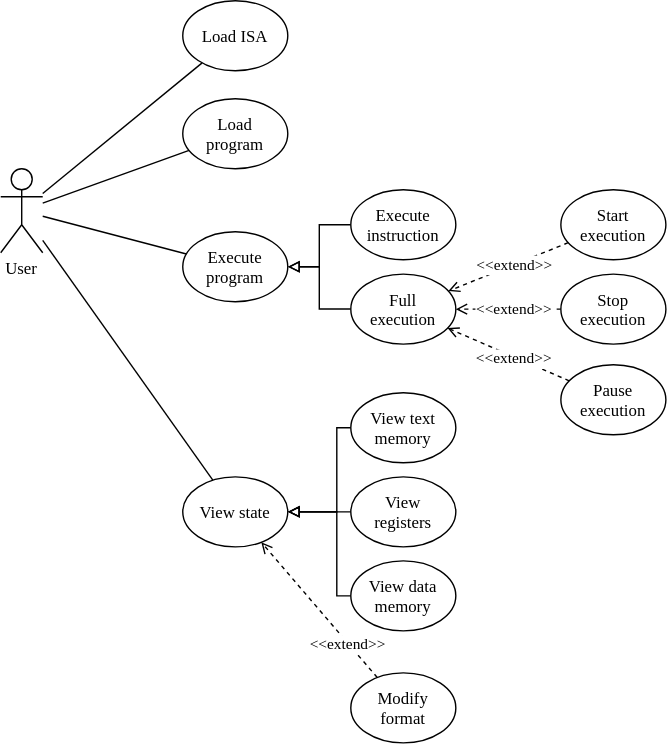
Above: report/img/use_case_model.drawio.svg in ldcas-uc3m/TFG (draw.io), before the change. Source tidied: cells renumbered, new cells last; positions are measured from the earlier drawing's top-left corner, leaving out a move shared by most shapes. Source of this version:
```xml
<mxGraphModel>
  <root>
    <mxCell id="0" />
    <mxCell id="1" parent="0" />
    <mxCell id="2" style="rounded=0;jettySize=auto;endArrow=none;endFill=0;fontFamily=Times New Roman;spacing=0;" parent="1" edge="1" source="6" target="9">
      <mxGeometry relative="1" as="geometry" />
    </mxCell>
    <mxCell id="3" style="rounded=0;jettySize=auto;endArrow=none;endFill=0;fontFamily=Times New Roman;spacing=0;" parent="1" edge="1" source="6" target="23">
      <mxGeometry relative="1" as="geometry" />
    </mxCell>
    <mxCell id="4" style="rounded=0;jettySize=auto;html=1;endArrow=none;endFill=0;" parent="1" edge="1" source="6" target="7">
      <mxGeometry relative="1" as="geometry" />
    </mxCell>
    <mxCell id="5" style="rounded=0;jettySize=auto;html=1;endArrow=none;endFill=0;" parent="1" edge="1" source="6" target="8">
      <mxGeometry relative="1" as="geometry" />
    </mxCell>
    <mxCell id="6" value="User" style="shape=umlActor;verticalLabelPosition=bottom;verticalAlign=top;outlineConnect=0;fontFamily=Times New Roman;spacing=0;" parent="1" vertex="1">
      <mxGeometry y="120" width="30" height="60" as="geometry" />
    </mxCell>
    <mxCell id="7" value="Load ISA" style="ellipse;fontFamily=Times New Roman;spacing=0;" parent="1" vertex="1">
      <mxGeometry x="130" width="75" height="50" as="geometry" />
    </mxCell>
    <mxCell id="8" value="Load&#10;program" style="ellipse;fontFamily=Times New Roman;spacing=0;" parent="1" vertex="1">
      <mxGeometry x="130" y="70" width="75" height="50" as="geometry" />
    </mxCell>
    <mxCell id="9" value="Execute&#10;program" style="ellipse;fontFamily=Times New Roman;spacing=0;" parent="1" vertex="1">
      <mxGeometry x="130" y="165" width="75" height="50" as="geometry" />
    </mxCell>
    <mxCell id="10" style="edgeStyle=orthogonalEdgeStyle;rounded=0;jettySize=auto;endArrow=block;endFill=0;fontFamily=Times New Roman;spacing=0;" parent="1" edge="1" source="11" target="9">
      <mxGeometry relative="1" as="geometry" />
    </mxCell>
    <mxCell id="11" value="Execute&#10;instruction" style="ellipse;fontFamily=Times New Roman;spacing=0;" parent="1" vertex="1">
      <mxGeometry x="250" y="135" width="75" height="50" as="geometry" />
    </mxCell>
    <mxCell id="12" style="edgeStyle=orthogonalEdgeStyle;rounded=0;jettySize=auto;endArrow=block;endFill=0;fontFamily=Times New Roman;spacing=0;" parent="1" edge="1" source="13" target="9">
      <mxGeometry relative="1" as="geometry" />
    </mxCell>
    <mxCell id="13" value="Full&#10;execution" style="ellipse;fontFamily=Times New Roman;spacing=0;" parent="1" vertex="1">
      <mxGeometry x="250" y="195.2" width="75" height="50" as="geometry" />
    </mxCell>
    <mxCell id="14" style="rounded=0;jettySize=auto;endArrow=open;endFill=0;dashed=1;fontFamily=Times New Roman;spacing=0;" parent="1" edge="1" source="16" target="13">
      <mxGeometry relative="1" as="geometry" />
    </mxCell>
    <mxCell id="15" value="&lt;&lt;extend&gt;&gt;" style="edgeLabel;align=center;verticalAlign=middle;fontFamily=Times New Roman;spacing=0;" parent="14" vertex="1">
      <mxGeometry relative="1" as="geometry">
        <mxPoint x="4" y="-1" as="offset" />
      </mxGeometry>
    </mxCell>
    <mxCell id="16" value="Stop&#10;execution" style="ellipse;fontFamily=Times New Roman;spacing=0;" parent="1" vertex="1">
      <mxGeometry x="400" y="195.2" width="75" height="50" as="geometry" />
    </mxCell>
    <mxCell id="17" style="rounded=0;jettySize=auto;dashed=1;endArrow=open;endFill=0;strokeColor=default;fontFamily=Times New Roman;spacing=0;" parent="1" edge="1" source="19" target="13">
      <mxGeometry relative="1" as="geometry" />
    </mxCell>
    <mxCell id="18" value="&lt;&lt;extend&gt;&gt;" style="edgeLabel;align=center;verticalAlign=middle;fontFamily=Times New Roman;spacing=0;" parent="17" vertex="1">
      <mxGeometry relative="1" as="geometry">
        <mxPoint x="4" y="-2" as="offset" />
      </mxGeometry>
    </mxCell>
    <mxCell id="19" value="Start&#10;execution" style="ellipse;fontFamily=Times New Roman;spacing=0;" parent="1" vertex="1">
      <mxGeometry x="400" y="135" width="75" height="50" as="geometry" />
    </mxCell>
    <mxCell id="20" style="rounded=0;jettySize=auto;dashed=1;endArrow=open;endFill=0;fontFamily=Times New Roman;spacing=0;" parent="1" edge="1" source="22" target="13">
      <mxGeometry relative="1" as="geometry" />
    </mxCell>
    <mxCell id="21" value="&lt;&lt;extend&gt;&gt;" style="edgeLabel;align=center;verticalAlign=middle;fontFamily=Times New Roman;spacing=0;" parent="20" vertex="1">
      <mxGeometry relative="1" as="geometry">
        <mxPoint x="4" y="2" as="offset" />
      </mxGeometry>
    </mxCell>
    <mxCell id="22" value="Pause&#10;execution" style="ellipse;fontFamily=Times New Roman;spacing=0;" parent="1" vertex="1">
      <mxGeometry x="400" y="260" width="75" height="50" as="geometry" />
    </mxCell>
    <mxCell id="23" value="View state" style="ellipse;fontFamily=Times New Roman;spacing=0;" parent="1" vertex="1">
      <mxGeometry x="130" y="340" width="75" height="50" as="geometry" />
    </mxCell>
    <mxCell id="24" style="edgeStyle=orthogonalEdgeStyle;rounded=0;jettySize=auto;endArrow=block;endFill=0;fontFamily=Times New Roman;spacing=0;" parent="1" edge="1" source="25" target="23">
      <mxGeometry relative="1" as="geometry">
        <Array as="points">
          <mxPoint x="240" y="305" />
          <mxPoint x="240" y="365" />
        </Array>
      </mxGeometry>
    </mxCell>
    <mxCell id="25" value="View text&#10;memory" style="ellipse;fontFamily=Times New Roman;spacing=0;" parent="1" vertex="1">
      <mxGeometry x="250" y="280" width="75" height="50" as="geometry" />
    </mxCell>
    <mxCell id="26" style="edgeStyle=orthogonalEdgeStyle;rounded=0;jettySize=auto;endArrow=block;endFill=0;fontFamily=Times New Roman;spacing=0;" parent="1" edge="1" source="27" target="23">
      <mxGeometry relative="1" as="geometry" />
    </mxCell>
    <mxCell id="27" value="View&#10;registers" style="ellipse;fontFamily=Times New Roman;spacing=0;" parent="1" vertex="1">
      <mxGeometry x="250" y="340" width="75" height="50" as="geometry" />
    </mxCell>
    <mxCell id="28" style="edgeStyle=orthogonalEdgeStyle;rounded=0;jettySize=auto;endArrow=block;endFill=0;fontFamily=Times New Roman;spacing=0;" parent="1" edge="1" source="29" target="23">
      <mxGeometry relative="1" as="geometry">
        <Array as="points">
          <mxPoint x="240" y="425" />
          <mxPoint x="240" y="365" />
        </Array>
      </mxGeometry>
    </mxCell>
    <mxCell id="29" value="View data&#10;memory" style="ellipse;fontFamily=Times New Roman;spacing=0;" parent="1" vertex="1">
      <mxGeometry x="250" y="400" width="75" height="50" as="geometry" />
    </mxCell>
    <mxCell id="30" style="rounded=0;jettySize=auto;endArrow=open;endFill=0;dashed=1;fontFamily=Times New Roman;spacing=0;" parent="1" edge="1" source="32" target="23">
      <mxGeometry relative="1" as="geometry" />
    </mxCell>
    <mxCell id="31" value="&lt;&lt;extend&gt;&gt;" style="edgeLabel;align=center;verticalAlign=middle;fontFamily=Times New Roman;spacing=0;" parent="30" vertex="1">
      <mxGeometry x="-0.49" relative="1" as="geometry" />
    </mxCell>
    <mxCell id="32" value="Modify&#10;format" style="ellipse;fontFamily=Times New Roman;spacing=0;" parent="1" vertex="1">
      <mxGeometry x="250" y="480" width="75" height="50" as="geometry" />
    </mxCell>
  </root>
</mxGraphModel>
```
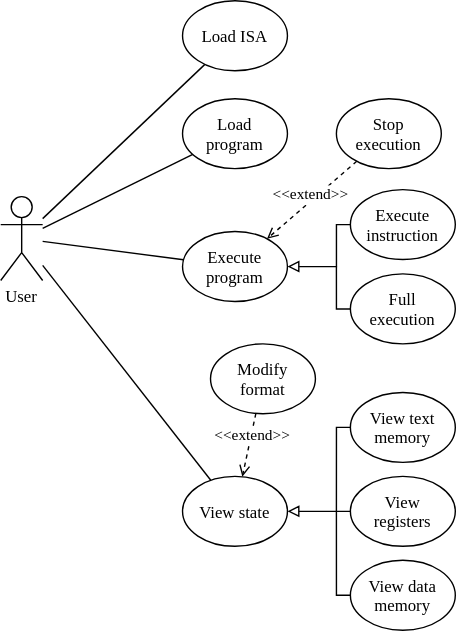
After the change.

Change to the diagram source:
```diff
@@ -15,7 +15,7 @@
       <mxGeometry relative="1" as="geometry" />
     </mxCell>
     <mxCell id="6" value="User" style="shape=umlActor;verticalLabelPosition=bottom;verticalAlign=top;outlineConnect=0;fontFamily=Times New Roman;spacing=0;" parent="1" vertex="1">
-      <mxGeometry y="120" width="30" height="60" as="geometry" />
+      <mxGeometry y="140" width="30" height="60" as="geometry" />
     </mxCell>
     <mxCell id="7" value="Load ISA" style="ellipse;fontFamily=Times New Roman;spacing=0;" parent="1" vertex="1">
       <mxGeometry x="130" width="75" height="50" as="geometry" />
@@ -27,75 +27,60 @@
       <mxGeometry x="130" y="165" width="75" height="50" as="geometry" />
     </mxCell>
     <mxCell id="10" style="edgeStyle=orthogonalEdgeStyle;rounded=0;jettySize=auto;endArrow=block;endFill=0;fontFamily=Times New Roman;spacing=0;" parent="1" edge="1" source="11" target="9">
-      <mxGeometry relative="1" as="geometry" />
+      <mxGeometry relative="1" as="geometry">
+        <Array as="points">
+          <mxPoint x="240" y="160" />
+          <mxPoint x="240" y="190" />
+        </Array>
+      </mxGeometry>
     </mxCell>
     <mxCell id="11" value="Execute&#10;instruction" style="ellipse;fontFamily=Times New Roman;spacing=0;" parent="1" vertex="1">
       <mxGeometry x="250" y="135" width="75" height="50" as="geometry" />
     </mxCell>
-    <mxCell id="12" style="edgeStyle=orthogonalEdgeStyle;rounded=0;jettySize=auto;endArrow=block;endFill=0;fontFamily=Times New Roman;spacing=0;" parent="1" edge="1" source="13" target="9">
-      <mxGeometry relative="1" as="geometry" />
-    </mxCell>
+    <mxCell id="33" style="edgeStyle=orthogonalEdgeStyle;rounded=0;jettySize=auto;html=1;endArrow=none;endFill=0;" parent="1" edge="1" source="13" target="38">
+      <mxGeometry relative="1" as="geometry">
+        <Array as="points">
+          <mxPoint x="240" y="220" />
+        </Array>
+      </mxGeometry>
+    </mxCell>
     <mxCell id="13" value="Full&#10;execution" style="ellipse;fontFamily=Times New Roman;spacing=0;" parent="1" vertex="1">
       <mxGeometry x="250" y="195.2" width="75" height="50" as="geometry" />
     </mxCell>
-    <mxCell id="14" style="rounded=0;jettySize=auto;endArrow=open;endFill=0;dashed=1;fontFamily=Times New Roman;spacing=0;" parent="1" edge="1" source="16" target="13">
-      <mxGeometry relative="1" as="geometry" />
-    </mxCell>
-    <mxCell id="15" value="&lt;&lt;extend&gt;&gt;" style="edgeLabel;align=center;verticalAlign=middle;fontFamily=Times New Roman;spacing=0;" parent="14" vertex="1">
-      <mxGeometry relative="1" as="geometry">
-        <mxPoint x="4" y="-1" as="offset" />
-      </mxGeometry>
-    </mxCell>
+    <mxCell id="34" style="rounded=0;jettySize=auto;html=1;endArrow=open;endFill=0;dashed=1;" parent="1" edge="1" source="16" target="9">
+      <mxGeometry relative="1" as="geometry" />
+    </mxCell>
+    <mxCell id="35" value="&lt;&lt;extend&gt;&gt;" style="edgeLabel;align=center;verticalAlign=middle;spacing=0;fontFamily=Times New Roman;" parent="34" vertex="1">
+      <mxGeometry relative="1" as="geometry">
+        <mxPoint x="-1" y="-5" as="offset" />
+      </mxGeometry>
+    </mxCell>
     <mxCell id="16" value="Stop&#10;execution" style="ellipse;fontFamily=Times New Roman;spacing=0;" parent="1" vertex="1">
-      <mxGeometry x="400" y="195.2" width="75" height="50" as="geometry" />
+      <mxGeometry x="240" y="70" width="75" height="50" as="geometry" />
     </mxCell>
-    <mxCell id="17" style="rounded=0;jettySize=auto;dashed=1;endArrow=open;endFill=0;strokeColor=default;fontFamily=Times New Roman;spacing=0;" parent="1" edge="1" source="19" target="13">
-      <mxGeometry relative="1" as="geometry" />
-    </mxCell>
-    <mxCell id="18" value="&lt;&lt;extend&gt;&gt;" style="edgeLabel;align=center;verticalAlign=middle;fontFamily=Times New Roman;spacing=0;" parent="17" vertex="1">
-      <mxGeometry relative="1" as="geometry">
-        <mxPoint x="4" y="-2" as="offset" />
-      </mxGeometry>
-    </mxCell>
-    <mxCell id="19" value="Start&#10;execution" style="ellipse;fontFamily=Times New Roman;spacing=0;" parent="1" vertex="1">
-      <mxGeometry x="400" y="135" width="75" height="50" as="geometry" />
-    </mxCell>
-    <mxCell id="20" style="rounded=0;jettySize=auto;dashed=1;endArrow=open;endFill=0;fontFamily=Times New Roman;spacing=0;" parent="1" edge="1" source="22" target="13">
-      <mxGeometry relative="1" as="geometry" />
-    </mxCell>
-    <mxCell id="21" value="&lt;&lt;extend&gt;&gt;" style="edgeLabel;align=center;verticalAlign=middle;fontFamily=Times New Roman;spacing=0;" parent="20" vertex="1">
-      <mxGeometry relative="1" as="geometry">
-        <mxPoint x="4" y="2" as="offset" />
-      </mxGeometry>
-    </mxCell>
-    <mxCell id="22" value="Pause&#10;execution" style="ellipse;fontFamily=Times New Roman;spacing=0;" parent="1" vertex="1">
-      <mxGeometry x="400" y="260" width="75" height="50" as="geometry" />
-    </mxCell>
     <mxCell id="23" value="View state" style="ellipse;fontFamily=Times New Roman;spacing=0;" parent="1" vertex="1">
       <mxGeometry x="130" y="340" width="75" height="50" as="geometry" />
     </mxCell>
-    <mxCell id="24" style="edgeStyle=orthogonalEdgeStyle;rounded=0;jettySize=auto;endArrow=block;endFill=0;fontFamily=Times New Roman;spacing=0;" parent="1" edge="1" source="25" target="23">
-      <mxGeometry relative="1" as="geometry">
-        <Array as="points">
-          <mxPoint x="240" y="305" />
-          <mxPoint x="240" y="365" />
-        </Array>
-      </mxGeometry>
-    </mxCell>
+    <mxCell id="36" style="edgeStyle=orthogonalEdgeStyle;rounded=0;jettySize=auto;html=1;endArrow=none;endFill=0;" parent="1" edge="1" source="25" target="37">
+      <mxGeometry relative="1" as="geometry">
+        <Array as="points">
+          <mxPoint x="240" y="305" />
+        </Array>
+      </mxGeometry>
+    </mxCell>
     <mxCell id="25" value="View text&#10;memory" style="ellipse;fontFamily=Times New Roman;spacing=0;" parent="1" vertex="1">
       <mxGeometry x="250" y="280" width="75" height="50" as="geometry" />
     </mxCell>
-    <mxCell id="26" style="edgeStyle=orthogonalEdgeStyle;rounded=0;jettySize=auto;endArrow=block;endFill=0;fontFamily=Times New Roman;spacing=0;" parent="1" edge="1" source="27" target="23">
+    <mxCell id="26" style="edgeStyle=orthogonalEdgeStyle;rounded=0;jettySize=auto;html=1;endArrow=block;endFill=0;" parent="1" edge="1" source="27" target="23">
       <mxGeometry relative="1" as="geometry" />
     </mxCell>
     <mxCell id="27" value="View&#10;registers" style="ellipse;fontFamily=Times New Roman;spacing=0;" parent="1" vertex="1">
       <mxGeometry x="250" y="340" width="75" height="50" as="geometry" />
     </mxCell>
-    <mxCell id="28" style="edgeStyle=orthogonalEdgeStyle;rounded=0;jettySize=auto;endArrow=block;endFill=0;fontFamily=Times New Roman;spacing=0;" parent="1" edge="1" source="29" target="23">
+    <mxCell id="28" style="edgeStyle=orthogonalEdgeStyle;rounded=0;jettySize=auto;endArrow=none;endFill=0;fontFamily=Times New Roman;spacing=0;" parent="1" edge="1" source="29" target="37">
       <mxGeometry relative="1" as="geometry">
         <Array as="points">
           <mxPoint x="240" y="425" />
-          <mxPoint x="240" y="365" />
         </Array>
       </mxGeometry>
     </mxCell>
@@ -106,10 +91,18 @@
       <mxGeometry relative="1" as="geometry" />
     </mxCell>
     <mxCell id="31" value="&lt;&lt;extend&gt;&gt;" style="edgeLabel;align=center;verticalAlign=middle;fontFamily=Times New Roman;spacing=0;" parent="30" vertex="1">
-      <mxGeometry x="-0.49" relative="1" as="geometry" />
+      <mxGeometry x="-0.49" relative="1" as="geometry">
+        <mxPoint y="3" as="offset" />
+      </mxGeometry>
     </mxCell>
     <mxCell id="32" value="Modify&#10;format" style="ellipse;fontFamily=Times New Roman;spacing=0;" parent="1" vertex="1">
-      <mxGeometry x="250" y="480" width="75" height="50" as="geometry" />
+      <mxGeometry x="150" y="245.2" width="75" height="50" as="geometry" />
     </mxCell>
+    <mxCell id="37" style="shape=waypoint;sketch=0;fillStyle=solid;size=6;points=[];fillColor=none;perimeter=centerPerimeter;snapToPoint=1;strokeColor=none;" parent="1" vertex="1">
+      <mxGeometry x="230" y="355" width="20" height="20" as="geometry" />
+    </mxCell>
+    <mxCell id="38" style="shape=waypoint;sketch=0;fillStyle=solid;size=6;points=[];fillColor=none;perimeter=centerPerimeter;snapToPoint=1;strokeColor=none;" parent="1" vertex="1">
+      <mxGeometry x="230" y="180" width="20" height="20" as="geometry" />
+    </mxCell>
   </root>
 </mxGraphModel>
```
